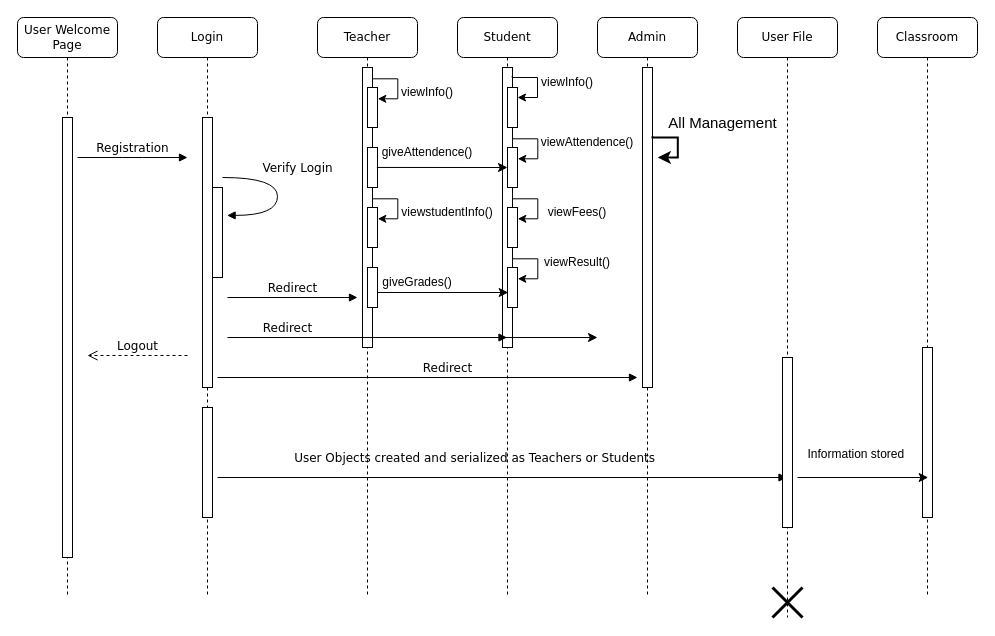
Earlier version of the draw.io diagram Project Design/Sequence Diagram.drawio (akifzahin/Java-School-Management-System). Source tidied: cells renumbered, new cells numbered last; positions are measured from the earlier drawing's top-left corner, leaving out a move shared by most shapes. Both pictures are drawn from the tidied source at 100%, with x=0, y=0 at pixel (17, 17).
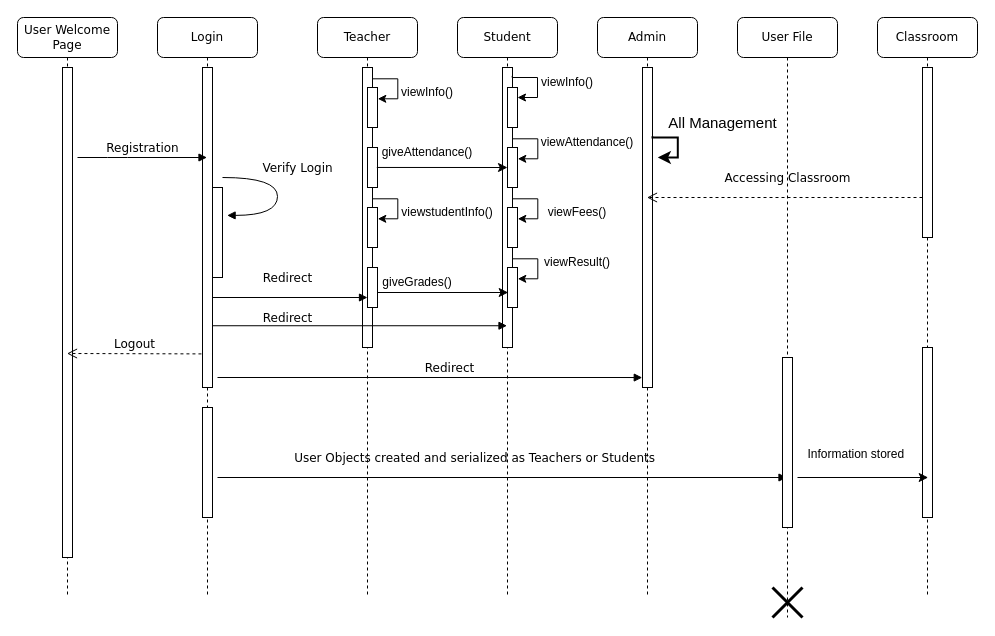
Above is the later version.

The change refers to these unchanged cells:
```xml
<mxCell id="2" value="Login" style="shape=umlLifeline;perimeter=lifelinePerimeter;whiteSpace=wrap;html=1;outlineConnect=0;rounded=1;shadow=0;comic=0;labelBackgroundColor=none;strokeWidth=1;fontFamily=Verdana;fontSize=12;align=center;" parent="1" vertex="1">
  <mxGeometry x="140" width="100" height="580" as="geometry" />
</mxCell>
<mxCell id="7" value="Teacher" style="shape=umlLifeline;perimeter=lifelinePerimeter;whiteSpace=wrap;html=1;rounded=1;shadow=0;comic=0;labelBackgroundColor=none;strokeWidth=1;fontFamily=Verdana;fontSize=12;align=center;" parent="1" vertex="1">
  <mxGeometry x="300" width="100" height="580" as="geometry" />
</mxCell>
<mxCell id="18" value="Student" style="shape=umlLifeline;perimeter=lifelinePerimeter;whiteSpace=wrap;html=1;outlineConnect=0;rounded=1;shadow=0;comic=0;labelBackgroundColor=none;strokeWidth=1;fontFamily=Verdana;fontSize=12;align=center;" parent="1" vertex="1">
  <mxGeometry x="440" width="100" height="580" as="geometry" />
</mxCell>
<mxCell id="28" value="Admin" style="shape=umlLifeline;perimeter=lifelinePerimeter;whiteSpace=wrap;html=1;outlineConnect=0;rounded=1;shadow=0;comic=0;labelBackgroundColor=none;strokeWidth=1;fontFamily=Verdana;fontSize=12;align=center;" parent="1" vertex="1">
  <mxGeometry x="580" width="100" height="580" as="geometry" />
</mxCell>
<mxCell id="29" style="html=1;points=[];perimeter=orthogonalPerimeter;rounded=0;shadow=0;comic=0;labelBackgroundColor=none;strokeWidth=1;fontFamily=Verdana;fontSize=12;align=center;" parent="28" vertex="1">
  <mxGeometry x="45" y="50" width="10" height="320" as="geometry" />
</mxCell>
<mxCell id="34" value="Classroom" style="shape=umlLifeline;perimeter=lifelinePerimeter;whiteSpace=wrap;html=1;rounded=1;shadow=0;comic=0;labelBackgroundColor=none;strokeWidth=1;fontFamily=Verdana;fontSize=12;align=center;" parent="1" vertex="1">
  <mxGeometry x="860" width="100" height="580" as="geometry" />
</mxCell>
<mxCell id="36" value="User Welcome Page" style="shape=umlLifeline;perimeter=lifelinePerimeter;whiteSpace=wrap;html=1;outlineConnect=0;rounded=1;shadow=0;comic=0;labelBackgroundColor=none;strokeWidth=1;fontFamily=Verdana;fontSize=12;align=center;" parent="1" vertex="1">
  <mxGeometry width="100" height="580" as="geometry" />
</mxCell>
```

What changed in the source:
```diff
@@
     <mxCell id="3" style="html=1;points=[];perimeter=orthogonalPerimeter;rounded=0;shadow=0;comic=0;labelBackgroundColor=none;strokeWidth=1;fontFamily=Verdana;fontSize=12;align=center;" parent="2" vertex="1">
-      <mxGeometry x="45" y="100" width="10" height="270" as="geometry" />
+      <mxGeometry x="45" y="50" width="10" height="320" as="geometry" />
     </mxCell>
@@
-    <mxCell id="15" value="Redirect" style="html=1;verticalAlign=bottom;endArrow=block;labelBackgroundColor=none;fontFamily=Verdana;fontSize=12;" parent="7" edge="1">
-      <mxGeometry relative="1" as="geometry">
-        <mxPoint x="-100" y="360" as="sourcePoint" />
-        <mxPoint x="320" y="360" as="targetPoint" />
-        <Array as="points">
-          <mxPoint x="320" y="360" />
-          <mxPoint x="310" y="360" />
-          <mxPoint x="300" y="360" />
-        </Array>
-      </mxGeometry>
-    </mxCell>
-    <mxCell id="16" value="Redirect" style="html=1;verticalAlign=bottom;endArrow=block;labelBackgroundColor=none;fontFamily=Verdana;fontSize=12;" parent="7" edge="1">
-      <mxGeometry relative="1" as="geometry">
-        <mxPoint x="-90" y="280" as="sourcePoint" />
-        <mxPoint x="40" y="280" as="targetPoint" />
+    <mxCell id="16" value="Redirect" style="html=1;verticalAlign=bottom;endArrow=block;labelBackgroundColor=none;fontFamily=Verdana;fontSize=12;" parent="7" edge="1" source="3">
+      <mxGeometry x="-0.03" y="10" relative="1" as="geometry">
+        <mxPoint x="50" y="280" as="targetPoint" />
       </mxGeometry>
     </mxCell>
@@
+    <mxCell id="55" style="html=1;perimeter=orthogonalPerimeter;rounded=0;shadow=0;comic=0;labelBackgroundColor=none;strokeWidth=1;fontFamily=Verdana;fontSize=12;align=center;" parent="34" vertex="1">
+      <mxGeometry x="45" y="50" width="10" height="170" as="geometry" />
+    </mxCell>
+    <mxCell id="56" value="Accessing Classroom" style="html=1;verticalAlign=bottom;endArrow=open;dashed=1;endSize=8;labelBackgroundColor=none;fontFamily=Verdana;fontSize=12;edgeStyle=elbowEdgeStyle;elbow=vertical;" parent="34" edge="1" target="28">
+      <mxGeometry x="-0.02" y="-10" relative="1" as="geometry">
+        <mxPoint x="45" y="180" as="sourcePoint" />
+      </mxGeometry>
+    </mxCell>
@@
     <mxCell id="37" style="html=1;perimeter=orthogonalPerimeter;rounded=0;shadow=0;comic=0;labelBackgroundColor=none;strokeWidth=1;fontFamily=Verdana;fontSize=12;align=center;" parent="36" vertex="1">
-      <mxGeometry x="45" y="100" width="10" height="440" as="geometry" />
+      <mxGeometry x="45" y="50" width="10" height="490" as="geometry" />
     </mxCell>
-    <mxCell id="38" value="Logout" style="html=1;verticalAlign=bottom;endArrow=open;dashed=1;endSize=8;labelBackgroundColor=none;fontFamily=Verdana;fontSize=12;edgeStyle=elbowEdgeStyle;elbow=vertical;" parent="1" edge="1">
-      <mxGeometry relative="1" as="geometry">
-        <mxPoint x="170" y="338" as="sourcePoint" />
-        <mxPoint x="70" y="338" as="targetPoint" />
-      </mxGeometry>
+    <mxCell id="38" value="Logout" style="html=1;verticalAlign=bottom;endArrow=open;dashed=1;endSize=8;labelBackgroundColor=none;fontFamily=Verdana;fontSize=12;edgeStyle=elbowEdgeStyle;elbow=vertical;exitX=-0.106;exitY=0.895;exitDx=0;exitDy=0;exitPerimeter=0;" parent="1" edge="1" source="3" target="36">
+      <mxGeometry relative="1" as="geometry" />
     </mxCell>
@@
-    <mxCell id="40" value="viewAttendence()" style="text;html=1;strokeColor=none;fillColor=none;align=center;verticalAlign=middle;whiteSpace=wrap;rounded=0;" parent="1" vertex="1">
+    <mxCell id="40" value="viewAttendance()" style="text;html=1;strokeColor=none;fillColor=none;align=center;verticalAlign=middle;whiteSpace=wrap;rounded=0;" parent="1" vertex="1">
       <mxGeometry x="540" y="110" width="60" height="30" as="geometry" />
     </mxCell>
@@
-    <mxCell id="46" value="Registration" style="html=1;verticalAlign=bottom;endArrow=block;labelBackgroundColor=none;fontFamily=Verdana;fontSize=12;edgeStyle=elbowEdgeStyle;elbow=vertical;" parent="1" edge="1">
+    <mxCell id="46" value="Registration" style="html=1;verticalAlign=bottom;endArrow=block;labelBackgroundColor=none;fontFamily=Verdana;fontSize=12;edgeStyle=elbowEdgeStyle;elbow=vertical;" parent="1" edge="1" target="2">
       <mxGeometry relative="1" as="geometry">
         <mxPoint x="60" y="140" as="sourcePoint" />
-        <mxPoint x="170" y="140" as="targetPoint" />
       </mxGeometry>
     </mxCell>
@@
-    <mxCell id="48" value="Redirect" style="html=1;verticalAlign=bottom;endArrow=block;labelBackgroundColor=none;fontFamily=Verdana;fontSize=12;" parent="1" edge="1" target="18">
-      <mxGeometry x="-0.57" relative="1" as="geometry">
-        <mxPoint x="210" y="320" as="sourcePoint" />
-      </mxGeometry>
+    <mxCell id="48" value="Redirect" style="html=1;verticalAlign=bottom;endArrow=block;labelBackgroundColor=none;fontFamily=Verdana;fontSize=12;exitX=1.007;exitY=0.807;exitDx=0;exitDy=0;exitPerimeter=0;" parent="1" edge="1" source="3" target="18">
+      <mxGeometry x="-0.49" y="-2" relative="1" as="geometry" />
     </mxCell>
-    <mxCell id="49" value="giveAttendence()" style="text;html=1;strokeColor=none;fillColor=none;align=center;verticalAlign=middle;whiteSpace=wrap;rounded=0;" parent="1" vertex="1">
+    <mxCell id="49" value="giveAttendance()" style="text;html=1;strokeColor=none;fillColor=none;align=center;verticalAlign=middle;whiteSpace=wrap;rounded=0;" parent="1" vertex="1">
       <mxGeometry x="380" y="120" width="60" height="30" as="geometry" />
     </mxCell>
@@
-    <mxCell id="52" style="endArrow=classic;html=1;rounded=0;fontSize=15;startSize=7;endSize=7;strokeWidth=1;exitX=0.933;exitY=0.499;exitDx=0;exitDy=0;exitPerimeter=0;" parent="1" edge="1">
-      <mxGeometry relative="1" as="geometry">
-        <mxPoint x="449.3" y="320" as="sourcePoint" />
-        <mxPoint x="580" y="320" as="targetPoint" />
-      </mxGeometry>
-    </mxCell>
@@
+    <mxCell id="15" value="Redirect" style="html=1;verticalAlign=bottom;endArrow=block;labelBackgroundColor=none;fontFamily=Verdana;fontSize=12;entryX=-0.023;entryY=0.969;entryDx=0;entryDy=0;entryPerimeter=0;" parent="1" edge="1" target="29">
+      <mxGeometry relative="1" as="geometry">
+        <mxPoint x="200" y="360" as="sourcePoint" />
+        <Array as="points">
+          <mxPoint x="620" y="360" />
+          <mxPoint x="610" y="360" />
+          <mxPoint x="600" y="360" />
+        </Array>
+      </mxGeometry>
+    </mxCell>
```
